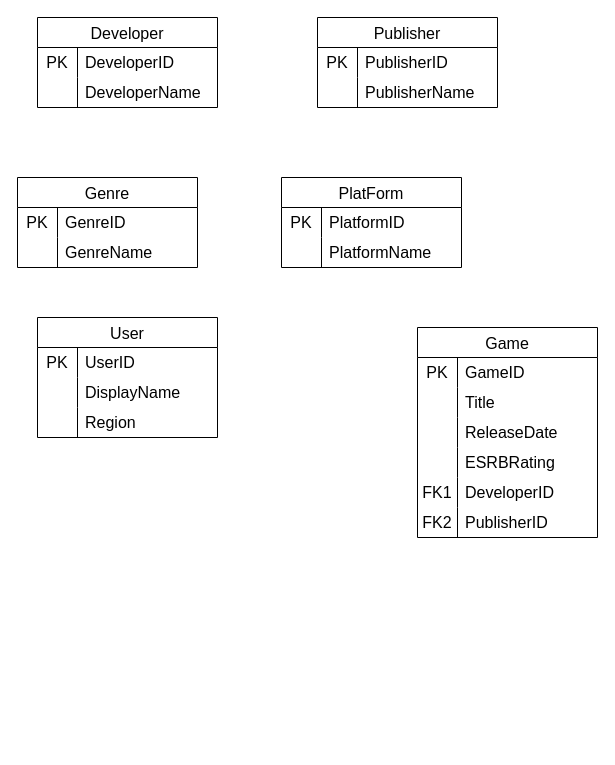
Before: Untitled Diagram.drawio in nummy/top, a draw.io diagram. Source tidied: cells renumbered, new cells numbered last; positions are measured from the earlier drawing's top-left corner, leaving out a move shared by most shapes. Both pictures are drawn from the tidied source at 100%, with x=0, y=0 at pixel (17, 17).
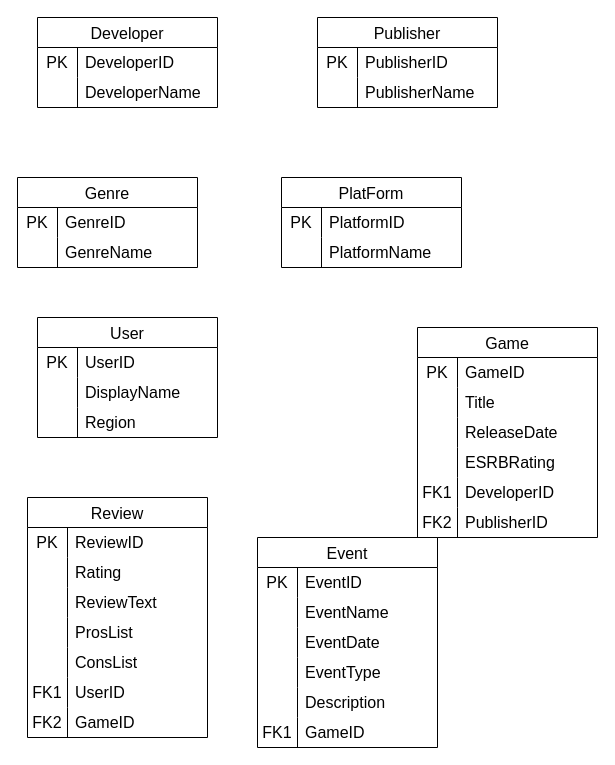
The same page after the edit.

Change to the diagram source:
```diff
@@
+    <mxCell id="60" value="Review" style="shape=table;startSize=30;childLayout=tableLayout;rowLines=0;fontStyle=0;strokeColor=default;fontSize=16;" parent="1" vertex="1">
+      <mxGeometry x="10" y="480" width="180" height="240" as="geometry" />
+    </mxCell>
+    <mxCell id="61" style="shape=tableRow;horizontal=0;startSize=0;swimlaneHead=0;swimlaneBody=0;top=0;left=0;bottom=0;right=0;fillColor=none;strokeColor=inherit;fontSize=16;" parent="60" vertex="1">
+      <mxGeometry y="30" width="180" height="30" as="geometry" />
+    </mxCell>
+    <mxCell id="62" value="PK" style="shape=partialRectangle;html=1;whiteSpace=wrap;fillColor=none;top=0;left=0;bottom=0;right=0;overflow=hidden;strokeColor=inherit;fontSize=16;" parent="61" vertex="1">
+      <mxGeometry width="40" height="30" as="geometry" />
+    </mxCell>
+    <mxCell id="63" value="ReviewID" style="shape=partialRectangle;html=1;whiteSpace=wrap;fillColor=none;top=0;left=0;bottom=0;right=0;align=left;spacingLeft=6;overflow=hidden;strokeColor=inherit;fontSize=16;" parent="61" vertex="1">
+      <mxGeometry x="40" width="140" height="30" as="geometry" />
+    </mxCell>
+    <mxCell id="64" style="shape=tableRow;horizontal=0;startSize=0;swimlaneHead=0;swimlaneBody=0;top=0;left=0;bottom=0;right=0;fillColor=none;strokeColor=inherit;fontSize=16;" parent="60" vertex="1">
+      <mxGeometry y="60" width="180" height="30" as="geometry" />
+    </mxCell>
+    <mxCell id="65" style="shape=partialRectangle;html=1;whiteSpace=wrap;fillColor=none;top=0;left=0;bottom=0;right=0;overflow=hidden;strokeColor=inherit;fontSize=16;" parent="64" vertex="1">
+      <mxGeometry width="40" height="30" as="geometry" />
+    </mxCell>
+    <mxCell id="66" value="Rating" style="shape=partialRectangle;html=1;whiteSpace=wrap;fillColor=none;top=0;left=0;bottom=0;right=0;align=left;spacingLeft=6;overflow=hidden;strokeColor=inherit;fontSize=16;" parent="64" vertex="1">
+      <mxGeometry x="40" width="140" height="30" as="geometry" />
+    </mxCell>
+    <mxCell id="67" style="shape=tableRow;horizontal=0;startSize=0;swimlaneHead=0;swimlaneBody=0;top=0;left=0;bottom=0;right=0;fillColor=none;strokeColor=inherit;fontSize=16;" parent="60" vertex="1">
+      <mxGeometry y="90" width="180" height="30" as="geometry" />
+    </mxCell>
+    <mxCell id="68" style="shape=partialRectangle;html=1;whiteSpace=wrap;fillColor=none;top=0;left=0;bottom=0;right=0;overflow=hidden;strokeColor=inherit;fontSize=16;" parent="67" vertex="1">
+      <mxGeometry width="40" height="30" as="geometry" />
+    </mxCell>
+    <mxCell id="69" value="ReviewText" style="shape=partialRectangle;html=1;whiteSpace=wrap;fillColor=none;top=0;left=0;bottom=0;right=0;align=left;spacingLeft=6;overflow=hidden;strokeColor=inherit;fontSize=16;" parent="67" vertex="1">
+      <mxGeometry x="40" width="140" height="30" as="geometry" />
+    </mxCell>
+    <mxCell id="70" style="shape=tableRow;horizontal=0;startSize=0;swimlaneHead=0;swimlaneBody=0;top=0;left=0;bottom=0;right=0;fillColor=none;strokeColor=inherit;fontSize=16;" parent="60" vertex="1">
+      <mxGeometry y="120" width="180" height="30" as="geometry" />
+    </mxCell>
+    <mxCell id="71" style="shape=partialRectangle;html=1;whiteSpace=wrap;fillColor=none;top=0;left=0;bottom=0;right=0;overflow=hidden;strokeColor=inherit;fontSize=16;" parent="70" vertex="1">
+      <mxGeometry width="40" height="30" as="geometry" />
+    </mxCell>
+    <mxCell id="72" value="ProsList" style="shape=partialRectangle;html=1;whiteSpace=wrap;fillColor=none;top=0;left=0;bottom=0;right=0;align=left;spacingLeft=6;overflow=hidden;strokeColor=inherit;fontSize=16;" parent="70" vertex="1">
+      <mxGeometry x="40" width="140" height="30" as="geometry" />
+    </mxCell>
+    <mxCell id="73" style="shape=tableRow;horizontal=0;startSize=0;swimlaneHead=0;swimlaneBody=0;top=0;left=0;bottom=0;right=0;fillColor=none;strokeColor=inherit;fontSize=16;" parent="60" vertex="1">
+      <mxGeometry y="150" width="180" height="30" as="geometry" />
+    </mxCell>
+    <mxCell id="74" style="shape=partialRectangle;html=1;whiteSpace=wrap;fillColor=none;top=0;left=0;bottom=0;right=0;overflow=hidden;strokeColor=inherit;fontSize=16;" parent="73" vertex="1">
+      <mxGeometry width="40" height="30" as="geometry" />
+    </mxCell>
+    <mxCell id="75" value="ConsList" style="shape=partialRectangle;html=1;whiteSpace=wrap;fillColor=none;top=0;left=0;bottom=0;right=0;align=left;spacingLeft=6;overflow=hidden;strokeColor=inherit;fontSize=16;" parent="73" vertex="1">
+      <mxGeometry x="40" width="140" height="30" as="geometry" />
+    </mxCell>
+    <mxCell id="76" style="shape=tableRow;horizontal=0;startSize=0;swimlaneHead=0;swimlaneBody=0;top=0;left=0;bottom=0;right=0;fillColor=none;strokeColor=inherit;fontSize=16;" parent="60" vertex="1">
+      <mxGeometry y="180" width="180" height="30" as="geometry" />
+    </mxCell>
+    <mxCell id="77" value="FK1" style="shape=partialRectangle;html=1;whiteSpace=wrap;fillColor=none;top=0;left=0;bottom=0;right=0;overflow=hidden;strokeColor=inherit;fontSize=16;" parent="76" vertex="1">
+      <mxGeometry width="40" height="30" as="geometry" />
+    </mxCell>
+    <mxCell id="78" value="UserID" style="shape=partialRectangle;html=1;whiteSpace=wrap;fillColor=none;top=0;left=0;bottom=0;right=0;align=left;spacingLeft=6;overflow=hidden;strokeColor=inherit;fontSize=16;" parent="76" vertex="1">
+      <mxGeometry x="40" width="140" height="30" as="geometry" />
+    </mxCell>
+    <mxCell id="79" style="shape=tableRow;horizontal=0;startSize=0;swimlaneHead=0;swimlaneBody=0;top=0;left=0;bottom=0;right=0;fillColor=none;strokeColor=inherit;fontSize=16;" parent="60" vertex="1">
+      <mxGeometry y="210" width="180" height="30" as="geometry" />
+    </mxCell>
+    <mxCell id="80" value="FK2" style="shape=partialRectangle;html=1;whiteSpace=wrap;fillColor=none;top=0;left=0;bottom=0;right=0;overflow=hidden;strokeColor=inherit;fontSize=16;" parent="79" vertex="1">
+      <mxGeometry width="40" height="30" as="geometry" />
+    </mxCell>
+    <mxCell id="81" value="GameID" style="shape=partialRectangle;html=1;whiteSpace=wrap;fillColor=none;top=0;left=0;bottom=0;right=0;align=left;spacingLeft=6;overflow=hidden;strokeColor=inherit;fontSize=16;" parent="79" vertex="1">
+      <mxGeometry x="40" width="140" height="30" as="geometry" />
+    </mxCell>
+    <mxCell id="82" value="Event" style="shape=table;startSize=30;childLayout=tableLayout;rowLines=0;fontStyle=0;strokeColor=default;fontSize=16;" parent="1" vertex="1">
+      <mxGeometry x="240" y="520" width="180" height="210" as="geometry" />
+    </mxCell>
+    <mxCell id="83" style="shape=tableRow;horizontal=0;startSize=0;swimlaneHead=0;swimlaneBody=0;top=0;left=0;bottom=0;right=0;fillColor=none;strokeColor=inherit;fontSize=16;" parent="82" vertex="1">
+      <mxGeometry y="30" width="180" height="30" as="geometry" />
+    </mxCell>
+    <mxCell id="84" value="PK" style="shape=partialRectangle;html=1;whiteSpace=wrap;fillColor=none;top=0;left=0;bottom=0;right=0;overflow=hidden;strokeColor=inherit;fontSize=16;" parent="83" vertex="1">
+      <mxGeometry width="40" height="30" as="geometry" />
+    </mxCell>
+    <mxCell id="85" value="EventID" style="shape=partialRectangle;html=1;whiteSpace=wrap;fillColor=none;top=0;left=0;bottom=0;right=0;align=left;spacingLeft=6;overflow=hidden;strokeColor=inherit;fontSize=16;" parent="83" vertex="1">
+      <mxGeometry x="40" width="140" height="30" as="geometry" />
+    </mxCell>
+    <mxCell id="86" style="shape=tableRow;horizontal=0;startSize=0;swimlaneHead=0;swimlaneBody=0;top=0;left=0;bottom=0;right=0;fillColor=none;strokeColor=inherit;fontSize=16;" parent="82" vertex="1">
+      <mxGeometry y="60" width="180" height="30" as="geometry" />
+    </mxCell>
+    <mxCell id="87" style="shape=partialRectangle;html=1;whiteSpace=wrap;fillColor=none;top=0;left=0;bottom=0;right=0;overflow=hidden;strokeColor=inherit;fontSize=16;" parent="86" vertex="1">
+      <mxGeometry width="40" height="30" as="geometry" />
+    </mxCell>
+    <mxCell id="88" value="EventName" style="shape=partialRectangle;html=1;whiteSpace=wrap;fillColor=none;top=0;left=0;bottom=0;right=0;align=left;spacingLeft=6;overflow=hidden;strokeColor=inherit;fontSize=16;" parent="86" vertex="1">
+      <mxGeometry x="40" width="140" height="30" as="geometry" />
+    </mxCell>
+    <mxCell id="89" style="shape=tableRow;horizontal=0;startSize=0;swimlaneHead=0;swimlaneBody=0;top=0;left=0;bottom=0;right=0;fillColor=none;strokeColor=inherit;fontSize=16;" parent="82" vertex="1">
+      <mxGeometry y="90" width="180" height="30" as="geometry" />
+    </mxCell>
+    <mxCell id="90" style="shape=partialRectangle;html=1;whiteSpace=wrap;fillColor=none;top=0;left=0;bottom=0;right=0;overflow=hidden;strokeColor=inherit;fontSize=16;" parent="89" vertex="1">
+      <mxGeometry width="40" height="30" as="geometry" />
+    </mxCell>
+    <mxCell id="91" value="EventDate" style="shape=partialRectangle;html=1;whiteSpace=wrap;fillColor=none;top=0;left=0;bottom=0;right=0;align=left;spacingLeft=6;overflow=hidden;strokeColor=inherit;fontSize=16;" parent="89" vertex="1">
+      <mxGeometry x="40" width="140" height="30" as="geometry" />
+    </mxCell>
+    <mxCell id="92" style="shape=tableRow;horizontal=0;startSize=0;swimlaneHead=0;swimlaneBody=0;top=0;left=0;bottom=0;right=0;fillColor=none;strokeColor=inherit;fontSize=16;" parent="82" vertex="1">
+      <mxGeometry y="120" width="180" height="30" as="geometry" />
+    </mxCell>
+    <mxCell id="93" style="shape=partialRectangle;html=1;whiteSpace=wrap;fillColor=none;top=0;left=0;bottom=0;right=0;overflow=hidden;strokeColor=inherit;fontSize=16;" parent="92" vertex="1">
+      <mxGeometry width="40" height="30" as="geometry" />
+    </mxCell>
+    <mxCell id="94" value="EventType" style="shape=partialRectangle;html=1;whiteSpace=wrap;fillColor=none;top=0;left=0;bottom=0;right=0;align=left;spacingLeft=6;overflow=hidden;strokeColor=inherit;fontSize=16;" parent="92" vertex="1">
+      <mxGeometry x="40" width="140" height="30" as="geometry" />
+    </mxCell>
+    <mxCell id="95" style="shape=tableRow;horizontal=0;startSize=0;swimlaneHead=0;swimlaneBody=0;top=0;left=0;bottom=0;right=0;fillColor=none;strokeColor=inherit;fontSize=16;" parent="82" vertex="1">
+      <mxGeometry y="150" width="180" height="30" as="geometry" />
+    </mxCell>
+    <mxCell id="96" style="shape=partialRectangle;html=1;whiteSpace=wrap;fillColor=none;top=0;left=0;bottom=0;right=0;overflow=hidden;strokeColor=inherit;fontSize=16;" parent="95" vertex="1">
+      <mxGeometry width="40" height="30" as="geometry" />
+    </mxCell>
+    <mxCell id="97" value="Description" style="shape=partialRectangle;html=1;whiteSpace=wrap;fillColor=none;top=0;left=0;bottom=0;right=0;align=left;spacingLeft=6;overflow=hidden;strokeColor=inherit;fontSize=16;" parent="95" vertex="1">
+      <mxGeometry x="40" width="140" height="30" as="geometry" />
+    </mxCell>
+    <mxCell id="98" style="shape=tableRow;horizontal=0;startSize=0;swimlaneHead=0;swimlaneBody=0;top=0;left=0;bottom=0;right=0;fillColor=none;strokeColor=inherit;fontSize=16;" parent="82" vertex="1">
+      <mxGeometry y="180" width="180" height="30" as="geometry" />
+    </mxCell>
+    <mxCell id="99" value="FK1" style="shape=partialRectangle;html=1;whiteSpace=wrap;fillColor=none;top=0;left=0;bottom=0;right=0;overflow=hidden;strokeColor=inherit;fontSize=16;" parent="98" vertex="1">
+      <mxGeometry width="40" height="30" as="geometry" />
+    </mxCell>
+    <mxCell id="100" value="GameID" style="shape=partialRectangle;html=1;whiteSpace=wrap;fillColor=none;top=0;left=0;bottom=0;right=0;align=left;spacingLeft=6;overflow=hidden;strokeColor=inherit;fontSize=16;" parent="98" vertex="1">
+      <mxGeometry x="40" width="140" height="30" as="geometry" />
+    </mxCell>
```
